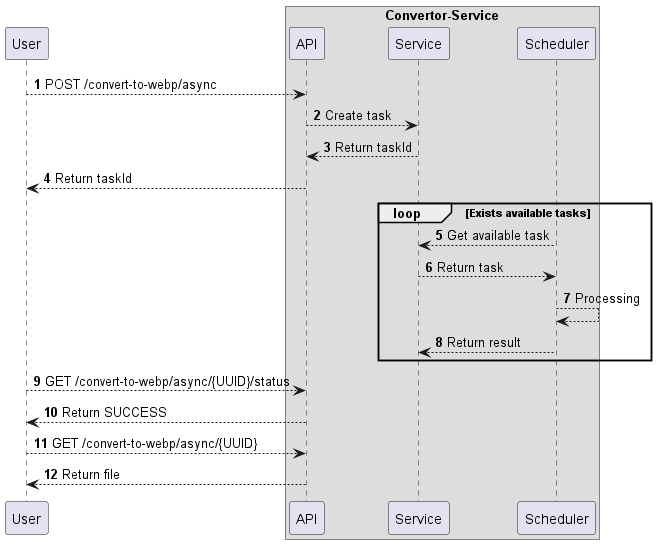
RavenVSS/learning-tasks keeps this PlantUML diagram as task-1.png. Above is the earlier version.
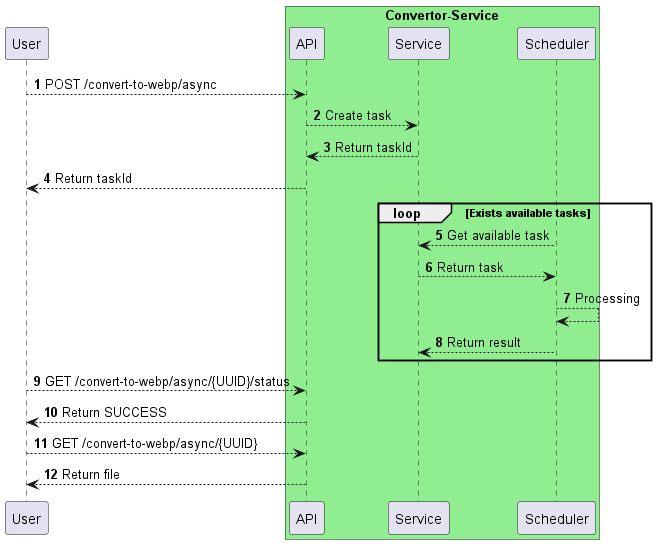
After the commit.

What changed in the source:
```diff
@@ -20,7 +20,7 @@
 User --> API: GET /convert-to-webp/async/{UUID}
 API --> User: Return file
 
-box "Convertor-Service"
+box "Convertor-Service" #lightgreen
 participant API
 participant Service
 participant Scheduler
```
